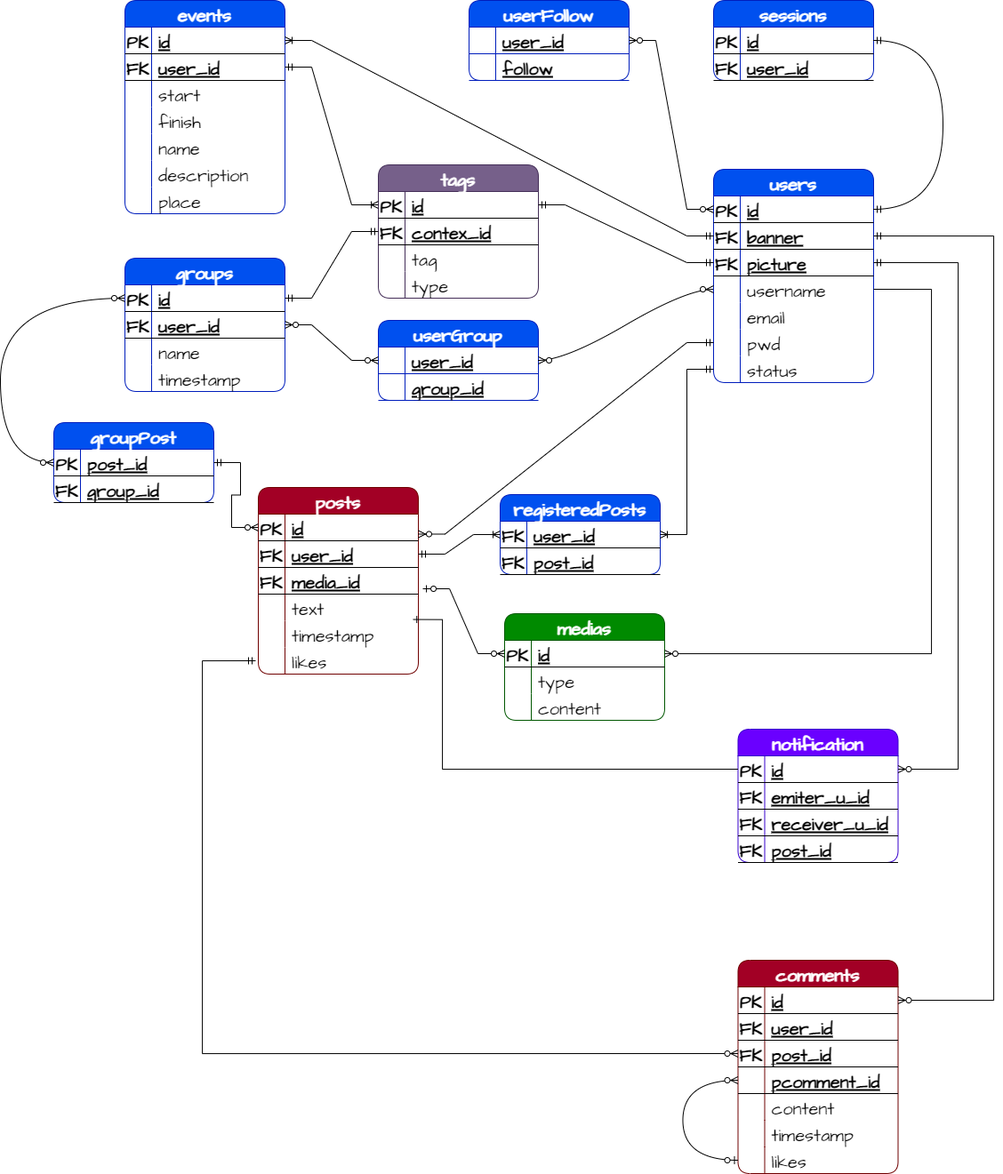
Before: Backend/imgs/dbERD.drawio.png, a diagram exported from draw.io (yvsmlk/BookFace). Source tidied: cells renumbered, new cells last; positions are measured from the earlier drawing's top-left corner, leaving out a move shared by most shapes.
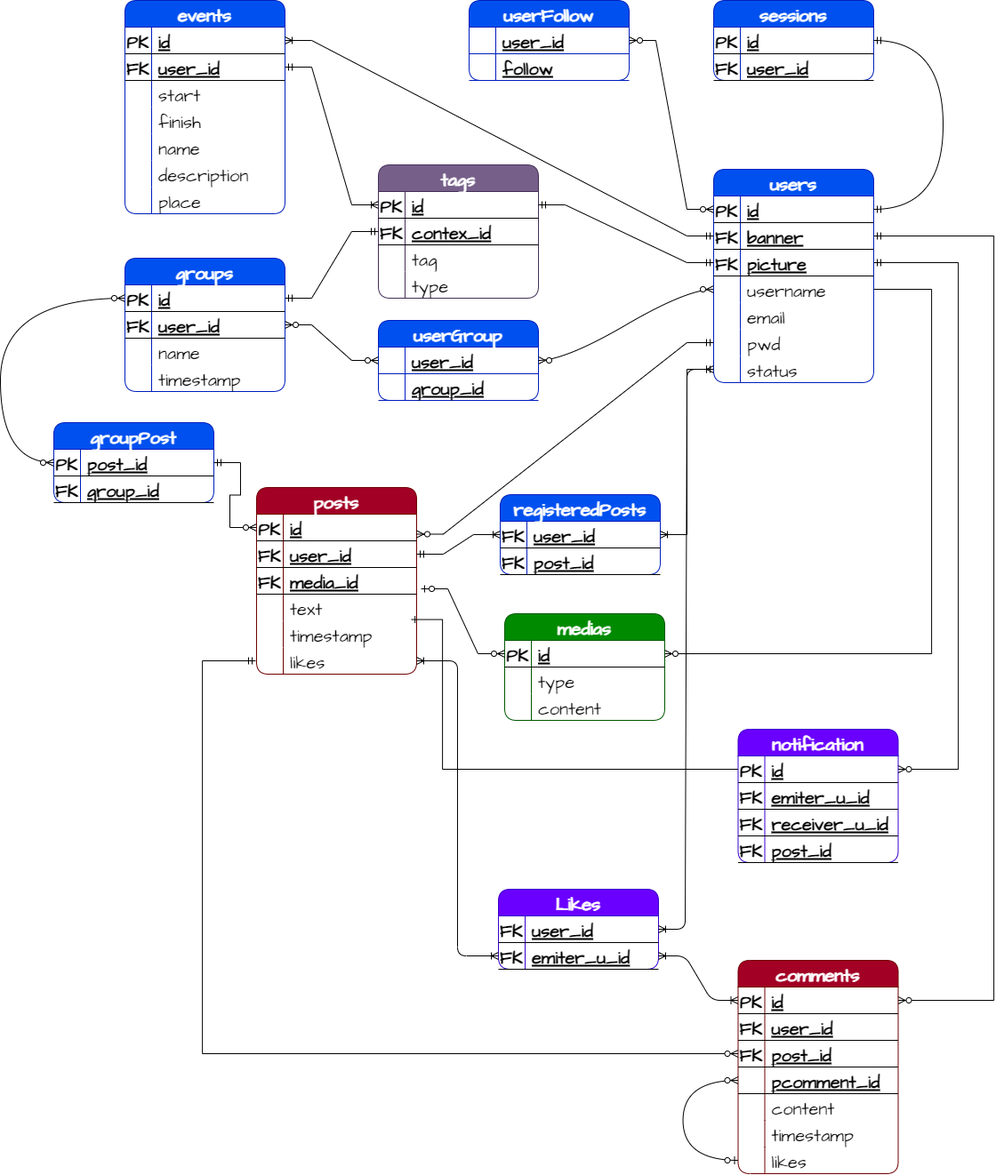
Above is the later version.

Commit message:
group in progress

Change to the diagram source:
```diff
@@ -108,7 +108,7 @@
       <mxGeometry x="30" width="150" height="30" as="geometry" />
     </mxCell>
     <mxCell id="37" value="posts" style="shape=table;startSize=30;rowLines=0;fontStyle=1;align=center;hachureGap=4;fontFamily=Architects Daughter;fontSource=https%3A%2F%2Ffonts.googleapis.com%2Fcss%3Ffamily%3DArchitects%2BDaughter;fontSize=20;swimlaneLine=1;shadow=0;fillColor=#a20025;fontColor=#ffffff;strokeColor=#6F0000;rounded=1;" parent="1" vertex="1">
-      <mxGeometry x="290" y="548" width="180" height="210" as="geometry" />
+      <mxGeometry x="288" y="548" width="180" height="210" as="geometry" />
     </mxCell>
     <mxCell id="38" style="shape=tableRow;horizontal=0;startSize=0;swimlaneHead=0;swimlaneBody=0;fillColor=none;points=[[0,0.5],[1,0.5]];portConstraint=eastwest;top=0;left=0;right=0;bottom=1;hachureGap=4;fontFamily=Architects Daughter;fontSource=https%3A%2F%2Ffonts.googleapis.com%2Fcss%3Ffamily%3DArchitects%2BDaughter;fontSize=20;swimlaneLine=1;shadow=0;" parent="37" vertex="1">
       <mxGeometry y="30" width="180" height="30" as="geometry" />
@@ -610,5 +610,35 @@
         </Array>
       </mxGeometry>
     </mxCell>
+    <mxCell id="191" value="Likes" style="shape=table;startSize=30;rowLines=0;fontStyle=1;align=center;hachureGap=4;fontFamily=Architects Daughter;fontSource=https%3A%2F%2Ffonts.googleapis.com%2Fcss%3Ffamily%3DArchitects%2BDaughter;fontSize=20;swimlaneLine=1;shadow=0;fillColor=#6a00ff;fontColor=#ffffff;strokeColor=#3700CC;rounded=1;" parent="1" vertex="1">
+      <mxGeometry x="560" y="1000" width="180" height="90" as="geometry" />
+    </mxCell>
+    <mxCell id="192" style="shape=tableRow;horizontal=0;startSize=0;swimlaneHead=0;swimlaneBody=0;fillColor=none;top=0;left=0;right=0;bottom=1;hachureGap=4;fontFamily=Architects Daughter;fontSource=https%3A%2F%2Ffonts.googleapis.com%2Fcss%3Ffamily%3DArchitects%2BDaughter;fontSize=20;swimlaneLine=1;shadow=0;" parent="191" vertex="1">
+      <mxGeometry y="30" width="180" height="30" as="geometry" />
+    </mxCell>
+    <mxCell id="193" value="FK" style="shape=partialRectangle;fillColor=none;top=0;left=0;bottom=0;right=0;fontStyle=1;overflow=hidden;hachureGap=4;fontFamily=Architects Daughter;fontSource=https%3A%2F%2Ffonts.googleapis.com%2Fcss%3Ffamily%3DArchitects%2BDaughter;fontSize=20;swimlaneLine=1;shadow=0;" parent="192" vertex="1">
+      <mxGeometry width="30" height="30" as="geometry" />
+    </mxCell>
+    <mxCell id="194" value="user_id" style="shape=partialRectangle;fillColor=none;top=0;left=0;bottom=0;right=0;align=left;spacingLeft=6;fontStyle=5;overflow=hidden;hachureGap=4;fontFamily=Architects Daughter;fontSource=https%3A%2F%2Ffonts.googleapis.com%2Fcss%3Ffamily%3DArchitects%2BDaughter;fontSize=20;swimlaneLine=1;shadow=0;" parent="192" vertex="1">
+      <mxGeometry x="30" width="150" height="30" as="geometry" />
+    </mxCell>
+    <mxCell id="195" style="shape=tableRow;horizontal=0;startSize=0;swimlaneHead=0;swimlaneBody=0;fillColor=none;points=[[0,0.5],[1,0.5]];portConstraint=eastwest;top=0;left=0;right=0;bottom=1;hachureGap=4;fontFamily=Architects Daughter;fontSource=https%3A%2F%2Ffonts.googleapis.com%2Fcss%3Ffamily%3DArchitects%2BDaughter;fontSize=20;swimlaneLine=1;shadow=0;" parent="191" vertex="1">
+      <mxGeometry y="60" width="180" height="30" as="geometry" />
+    </mxCell>
+    <mxCell id="196" value="FK" style="shape=partialRectangle;fillColor=none;top=0;left=0;bottom=0;right=0;fontStyle=1;overflow=hidden;hachureGap=4;fontFamily=Architects Daughter;fontSource=https%3A%2F%2Ffonts.googleapis.com%2Fcss%3Ffamily%3DArchitects%2BDaughter;fontSize=20;swimlaneLine=1;shadow=0;" parent="195" vertex="1">
+      <mxGeometry width="30" height="30" as="geometry" />
+    </mxCell>
+    <mxCell id="197" value="emiter_u_id" style="shape=partialRectangle;fillColor=none;top=0;left=0;bottom=0;right=0;align=left;spacingLeft=6;fontStyle=5;overflow=hidden;hachureGap=4;fontFamily=Architects Daughter;fontSource=https%3A%2F%2Ffonts.googleapis.com%2Fcss%3Ffamily%3DArchitects%2BDaughter;fontSize=20;swimlaneLine=1;shadow=0;" parent="195" vertex="1">
+      <mxGeometry x="30" width="150" height="30" as="geometry" />
+    </mxCell>
+    <mxCell id="198" style="edgeStyle=entityRelationEdgeStyle;fontSize=12;html=1;endArrow=ERoneToMany;startArrow=ERoneToMany;entryX=1;entryY=0.5;entryDx=0;entryDy=0;exitX=0;exitY=0.5;exitDx=0;exitDy=0;" parent="1" edge="1" source="57" target="195">
+      <mxGeometry relative="1" as="geometry" />
+    </mxCell>
+    <mxCell id="199" style="edgeStyle=orthogonalEdgeStyle;fontSize=12;html=1;endArrow=ERoneToMany;startArrow=ERoneToMany;entryX=0;entryY=0.5;entryDx=0;entryDy=0;exitX=1;exitY=0.5;exitDx=0;exitDy=0;" parent="1" edge="1" source="53" target="195">
+      <mxGeometry relative="1" as="geometry" />
+    </mxCell>
+    <mxCell id="200" style="edgeStyle=entityRelationEdgeStyle;fontSize=12;html=1;endArrow=ERoneToMany;startArrow=ERoneToMany;exitX=1;exitY=0.5;exitDx=0;exitDy=0;entryX=0;entryY=0.5;entryDx=0;entryDy=0;" parent="1" edge="1" source="191" target="134">
+      <mxGeometry relative="1" as="geometry" />
+    </mxCell>
   </root>
 </mxGraphModel>
```
